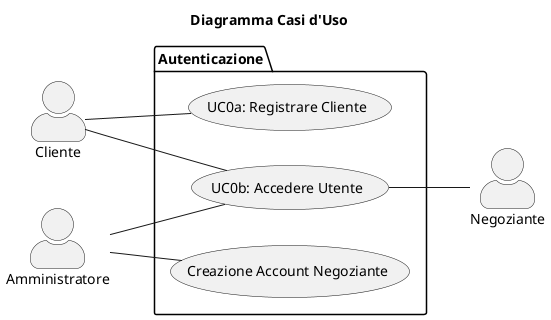
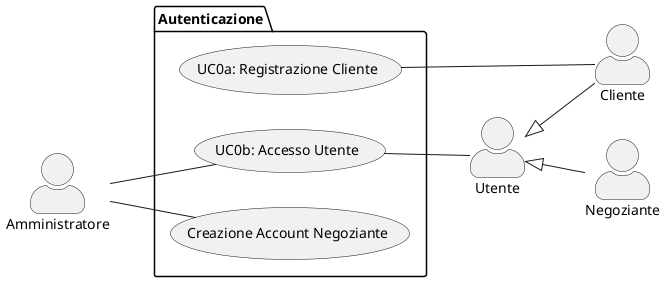
@startuml
left to right direction
skinparam actorStyle awesome
- title Diagramma Casi d'Uso

+ actor Utente
actor Cliente
actor Negoziante
actor Amministratore

+ Utente <|-- Cliente
+ Utente <|-- Negoziante
+ 
package "Autenticazione" {
-   Cliente -- (UC0a: Registrare Cliente)
-   (UC0b: Accedere Utente) -- Cliente
-   (UC0b: Accedere Utente) -- Negoziante
-   (UC0b: Accedere Utente) -- Amministratore
+   Cliente -- (UC0a: Registrazione Cliente)
+   (UC0b: Accesso Utente) -- Utente
+   (UC0b: Accesso Utente) -- Amministratore
  Amministratore -- (Creazione Account Negoziante)
}
@enduml
